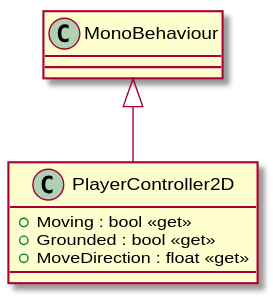
This is UML/Player/PlayerController2D.svg from David-Denny/COMP3013-Team7, a PlantUML export, as it was before one commit. Its diagram source:
```plantuml
@startuml
class PlayerController2D {
    + Moving : bool <<get>>
    + Grounded : bool <<get>>
    + MoveDirection : float <<get>>
}
MonoBehaviour <|-- PlayerController2D
@enduml
```
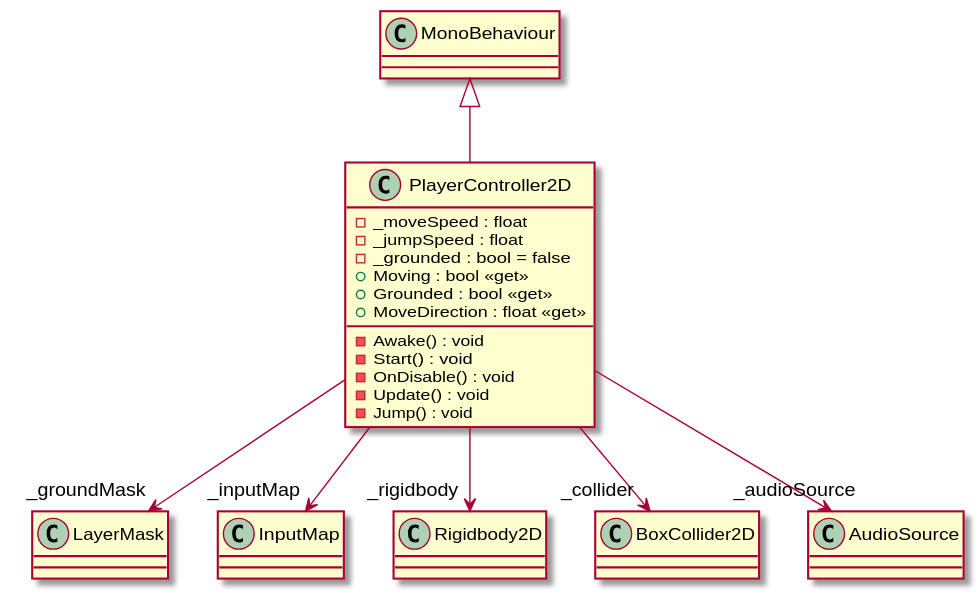
After the change.

The edit, as a diff of the source:
```diff
@@ -1,8 +1,21 @@
 @startuml
 class PlayerController2D {
+    - _moveSpeed : float
+    - _jumpSpeed : float
+    - _grounded : bool = false
     + Moving : bool <<get>>
     + Grounded : bool <<get>>
     + MoveDirection : float <<get>>
+    - Awake() : void
+    - Start() : void
+    - OnDisable() : void
+    - Update() : void
+    - Jump() : void
 }
 MonoBehaviour <|-- PlayerController2D
+PlayerController2D --> "_groundMask" LayerMask
+PlayerController2D --> "_inputMap" InputMap
+PlayerController2D --> "_rigidbody" Rigidbody2D
+PlayerController2D --> "_collider" BoxCollider2D
+PlayerController2D --> "_audioSource" AudioSource
 @enduml
```
